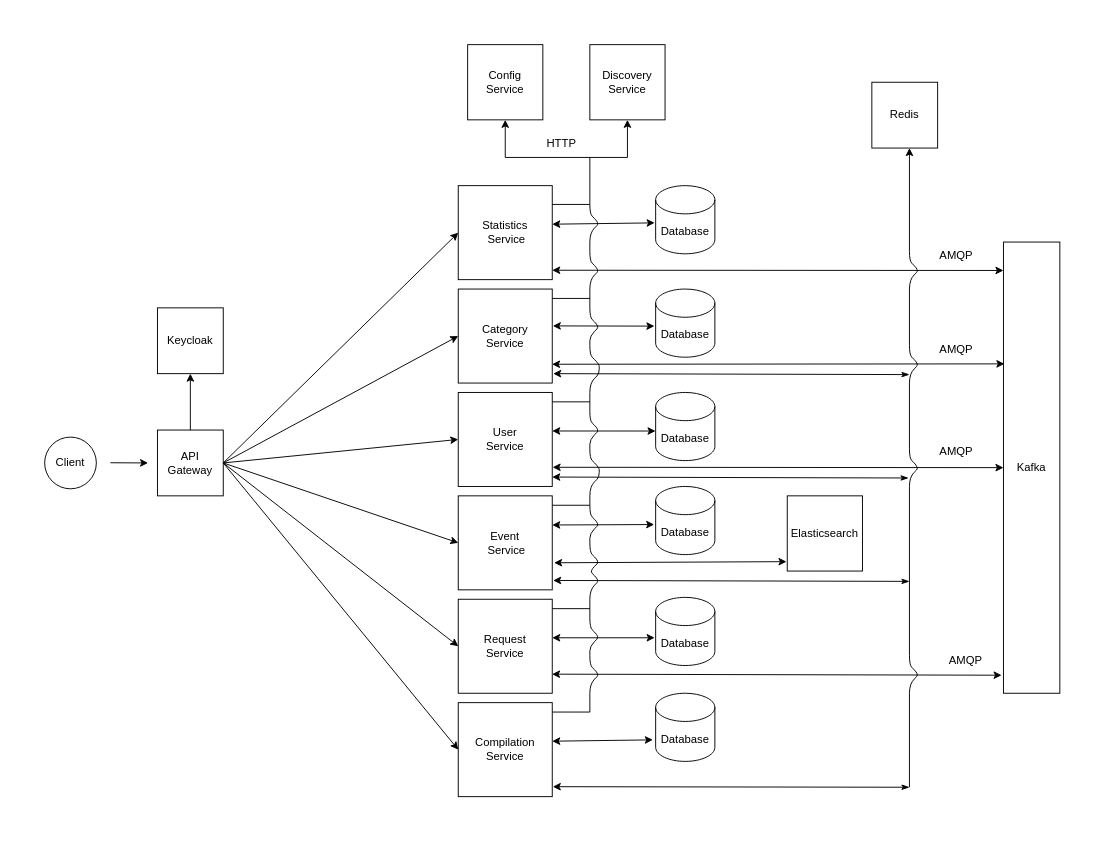
Before: docs/architecture_diagram.drawio in faspix/event-hub, a draw.io diagram. Source tidied: cells renumbered, new cells numbered last; positions are measured from the earlier drawing's top-left corner, leaving out a move shared by most shapes. Both pictures are drawn from the tidied source at 94%, with x=0, y=0 at pixel (44, 44).
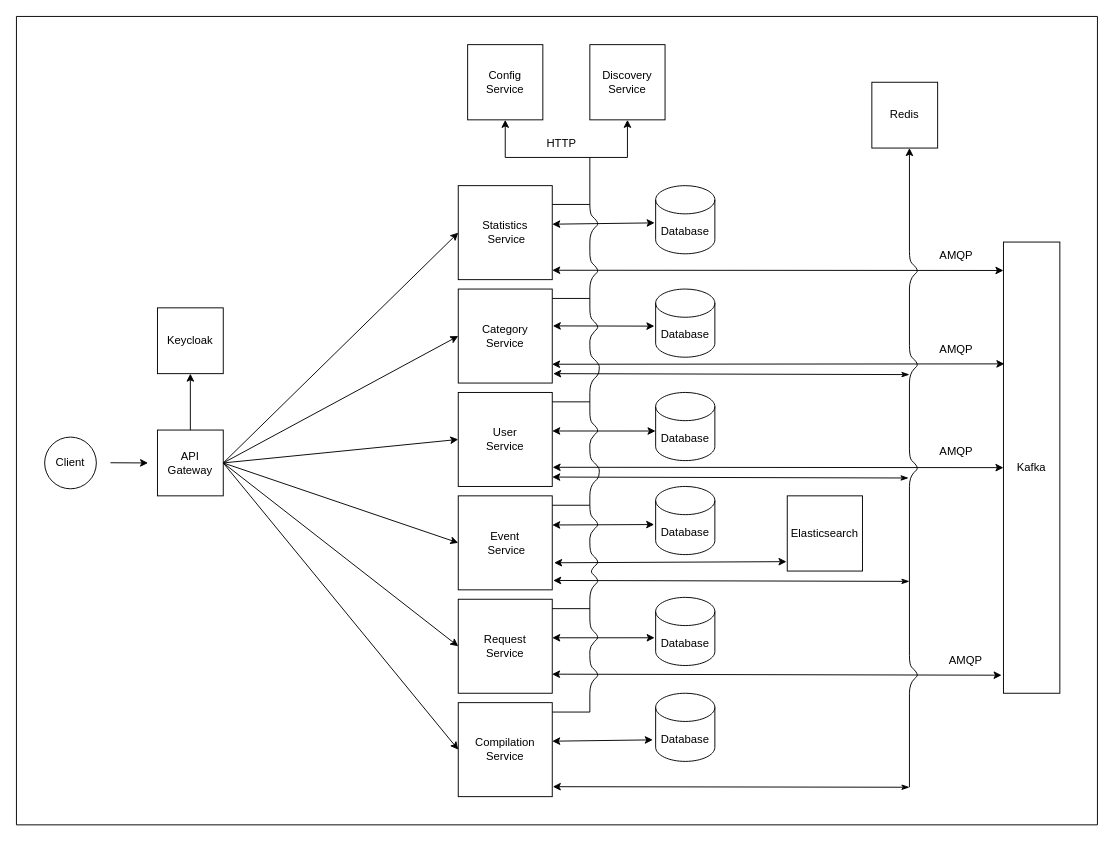
After the change.

Commit message (it also covers changes not shown here):
update architecture diagram

Diff of the diagram source:
```diff
@@
+    <mxCell id="61" style="swimlane;startSize=0;" parent="1" vertex="1">
+      <mxGeometry x="-30" y="-30" width="1150" height="860" as="geometry" />
+    </mxCell>
```
